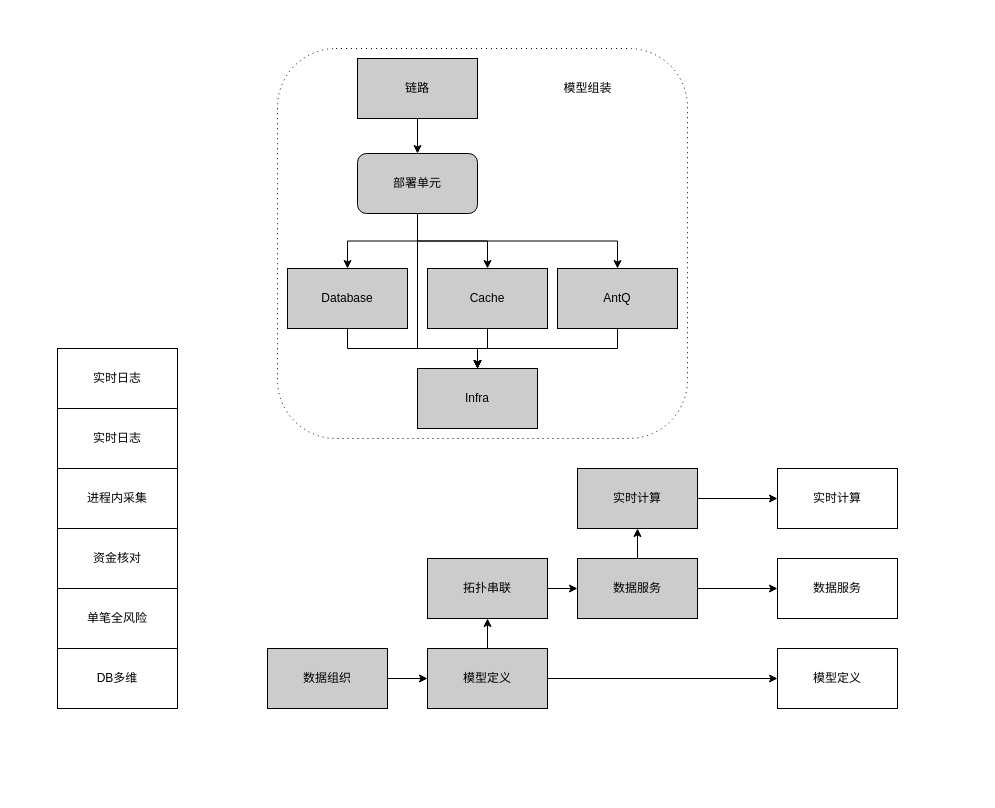
Before: 蚂蚁金服/RMC/高可用基线&RMC共建方案.drawio in frankneu/draw.io, a draw.io diagram. Source tidied: cells renumbered, new cells numbered last; positions are measured from the earlier drawing's top-left corner, leaving out a move shared by most shapes. Both pictures are drawn from the tidied source at 100%, with x=0, y=0 at pixel (57, 48).
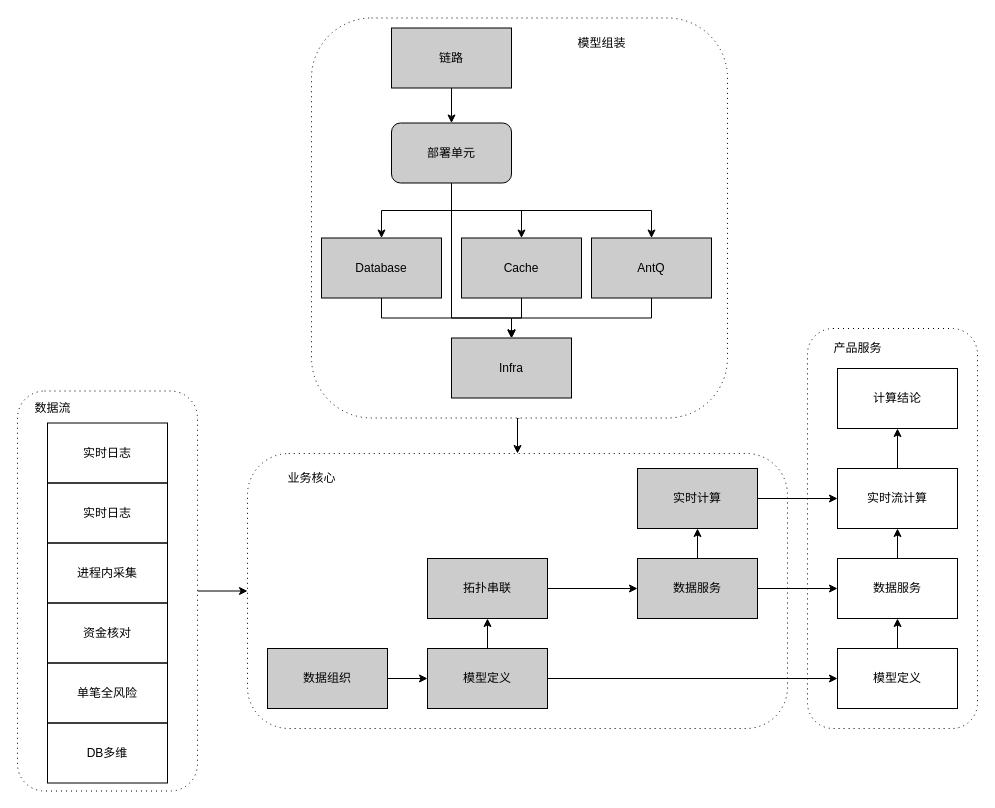
After the change.

Commit message:
Update 高可用基线&RMC共建方案.drawio

Change to the diagram source:
```diff
@@
+    <mxCell id="39" style="shape=ext;rounded=1;html=1;whiteSpace=wrap;dashed=1;dashPattern=1 4;" parent="1" vertex="1">
+      <mxGeometry x="750" y="280" width="170" height="400" as="geometry" />
+    </mxCell>
+    <mxCell id="40" style="shape=ext;rounded=1;html=1;whiteSpace=wrap;dashed=1;dashPattern=1 4;" parent="1" vertex="1">
+      <mxGeometry x="190" y="405" width="540" height="275" as="geometry" />
+    </mxCell>
+    <mxCell id="41" style="edgeStyle=orthogonalEdgeStyle;rounded=0;jettySize=auto;html=1;exitX=1;exitY=0.5;exitDx=0;exitDy=0;entryX=0;entryY=0.5;entryDx=0;entryDy=0;" parent="1" edge="1" source="42" target="40">
+      <mxGeometry relative="1" as="geometry" />
+    </mxCell>
+    <mxCell id="42" style="shape=ext;rounded=1;html=1;whiteSpace=wrap;dashed=1;dashPattern=1 4;" parent="1" vertex="1">
+      <mxGeometry x="-40" y="342.5" width="180" height="400" as="geometry" />
+    </mxCell>
+    <mxCell id="43" style="edgeStyle=orthogonalEdgeStyle;rounded=0;jettySize=auto;html=1;exitX=0.5;exitY=1;exitDx=0;exitDy=0;entryX=0.5;entryY=0;entryDx=0;entryDy=0;" parent="1" edge="1" source="2" target="40">
+      <mxGeometry relative="1" as="geometry" />
+    </mxCell>
     <mxCell id="2" style="shape=ext;rounded=1;html=1;whiteSpace=wrap;dashed=1;dashPattern=1 4;" parent="1" vertex="1">
-      <mxGeometry x="220" width="410" height="390" as="geometry" />
+      <mxGeometry x="254" y="-30.5" width="416" height="400" as="geometry" />
     </mxCell>
@@
     <mxCell id="7" value="链路" style="rounded=0;whiteSpace=wrap;html=1;fillColor=#CCCCCC;" parent="1" vertex="1">
-      <mxGeometry x="300" y="10" width="120" height="60" as="geometry" />
+      <mxGeometry x="334" y="-20.5" width="120" height="60" as="geometry" />
     </mxCell>
     <mxCell id="8" value="实时日志" style="rounded=0;whiteSpace=wrap;html=1;fillColor=none;" parent="1" vertex="1">
-      <mxGeometry y="360" width="120" height="60" as="geometry" />
+      <mxGeometry x="-10" y="434.5" width="120" height="60" as="geometry" />
     </mxCell>
     <mxCell id="9" value="资金核对" style="rounded=0;whiteSpace=wrap;html=1;fillColor=none;" parent="1" vertex="1">
-      <mxGeometry y="480" width="120" height="60" as="geometry" />
+      <mxGeometry x="-10" y="554.5" width="120" height="60" as="geometry" />
     </mxCell>
     <mxCell id="10" value="单笔全风险" style="rounded=0;whiteSpace=wrap;html=1;fillColor=none;" parent="1" vertex="1">
-      <mxGeometry y="540" width="120" height="60" as="geometry" />
+      <mxGeometry x="-10" y="614.5" width="120" height="60" as="geometry" />
     </mxCell>
@@
     <mxCell id="12" value="Database" style="rounded=0;whiteSpace=wrap;html=1;fillColor=#CCCCCC;" parent="1" vertex="1">
-      <mxGeometry x="230" y="220" width="120" height="60" as="geometry" />
+      <mxGeometry x="264" y="189.5" width="120" height="60" as="geometry" />
     </mxCell>
@@
     <mxCell id="14" value="Cache" style="rounded=0;whiteSpace=wrap;html=1;fillColor=#CCCCCC;" parent="1" vertex="1">
-      <mxGeometry x="370" y="220" width="120" height="60" as="geometry" />
+      <mxGeometry x="404" y="189.5" width="120" height="60" as="geometry" />
     </mxCell>
@@
     <mxCell id="16" value="AntQ" style="rounded=0;whiteSpace=wrap;html=1;fillColor=#CCCCCC;" parent="1" vertex="1">
-      <mxGeometry x="500" y="220" width="120" height="60" as="geometry" />
+      <mxGeometry x="534" y="189.5" width="120" height="60" as="geometry" />
     </mxCell>
     <mxCell id="17" value="Infra" style="rounded=0;whiteSpace=wrap;html=1;fillColor=#CCCCCC;" parent="1" vertex="1">
-      <mxGeometry x="360" y="320" width="120" height="60" as="geometry" />
+      <mxGeometry x="394" y="289.5" width="120" height="60" as="geometry" />
     </mxCell>
@@
     <mxCell id="19" style="rounded=0;jettySize=auto;html=1;exitX=0.5;exitY=1;exitDx=0;exitDy=0;entryX=0.5;entryY=0;entryDx=0;entryDy=0;edgeStyle=orthogonalEdgeStyle;" parent="1" edge="1" source="22" target="17">
       <mxGeometry relative="1" as="geometry">
         <Array as="points">
-          <mxPoint x="360" y="300" />
-          <mxPoint x="420" y="300" />
+          <mxPoint x="394" y="269.5" />
+          <mxPoint x="454" y="269.5" />
         </Array>
       </mxGeometry>
     </mxCell>
@@
     <mxCell id="22" value="部署单元" style="rounded=1;whiteSpace=wrap;html=1;fillColor=#CCCCCC;" parent="1" vertex="1">
-      <mxGeometry x="300" y="105" width="120" height="60" as="geometry" />
+      <mxGeometry x="334" y="74.5" width="120" height="60" as="geometry" />
     </mxCell>
@@
     <mxCell id="29" value="数据服务" style="rounded=0;whiteSpace=wrap;html=1;fillColor=#CCCCCC;" parent="1" vertex="1">
-      <mxGeometry x="520" y="510" width="120" height="60" as="geometry" />
+      <mxGeometry x="580" y="510" width="120" height="60" as="geometry" />
     </mxCell>
     <mxCell id="30" value="模型组装" style="text;html=1;align=center;verticalAlign=middle;" parent="1" vertex="1">
-      <mxGeometry x="500" y="30" width="60" height="20" as="geometry" />
+      <mxGeometry x="514" y="-15" width="60" height="20" as="geometry" />
     </mxCell>
     <mxCell id="31" value="进程内采集" style="rounded=1;whiteSpace=wrap;html=1;fillColor=none;arcSize=0;" parent="1" vertex="1">
-      <mxGeometry y="420" width="120" height="60" as="geometry" />
+      <mxGeometry x="-10" y="494.5" width="120" height="60" as="geometry" />
     </mxCell>
     <mxCell id="32" value="DB多维" style="rounded=1;whiteSpace=wrap;html=1;fillColor=none;arcSize=0;" parent="1" vertex="1">
-      <mxGeometry y="600" width="120" height="60" as="geometry" />
+      <mxGeometry x="-10" y="674.5" width="120" height="60" as="geometry" />
     </mxCell>
@@
     <mxCell id="34" value="实时计算" style="rounded=0;whiteSpace=wrap;html=1;fillColor=#CCCCCC;" parent="1" vertex="1">
-      <mxGeometry x="520" y="420" width="120" height="60" as="geometry" />
+      <mxGeometry x="580" y="420" width="120" height="60" as="geometry" />
     </mxCell>
     <mxCell id="35" value="实时日志" style="rounded=0;whiteSpace=wrap;html=1;fillColor=none;" parent="1" vertex="1">
-      <mxGeometry y="300" width="120" height="60" as="geometry" />
+      <mxGeometry x="-10" y="374.5" width="120" height="60" as="geometry" />
     </mxCell>
+    <mxCell id="44" style="edgeStyle=orthogonalEdgeStyle;rounded=0;jettySize=auto;html=1;" parent="1" edge="1" source="36" target="38">
+      <mxGeometry relative="1" as="geometry" />
+    </mxCell>
     <mxCell id="36" value="数据服务" style="rounded=0;whiteSpace=wrap;html=1;fillColor=none;" parent="1" vertex="1">
-      <mxGeometry x="720" y="510" width="120" height="60" as="geometry" />
+      <mxGeometry x="780" y="510" width="120" height="60" as="geometry" />
     </mxCell>
+    <mxCell id="45" style="edgeStyle=orthogonalEdgeStyle;rounded=0;jettySize=auto;html=1;exitX=0.5;exitY=0;exitDx=0;exitDy=0;entryX=0.5;entryY=1;entryDx=0;entryDy=0;" parent="1" edge="1" source="37" target="36">
+      <mxGeometry relative="1" as="geometry" />
+    </mxCell>
     <mxCell id="37" value="模型定义" style="rounded=0;whiteSpace=wrap;html=1;fillColor=none;" parent="1" vertex="1">
-      <mxGeometry x="720" y="600" width="120" height="60" as="geometry" />
+      <mxGeometry x="780" y="600" width="120" height="60" as="geometry" />
     </mxCell>
+    <mxCell id="46" style="edgeStyle=orthogonalEdgeStyle;rounded=0;jettySize=auto;html=1;" parent="1" edge="1" source="38" target="47">
+      <mxGeometry relative="1" as="geometry" />
+    </mxCell>
-    <mxCell id="38" value="实时计算" style="rounded=0;whiteSpace=wrap;html=1;fillColor=none;" parent="1" vertex="1">
-      <mxGeometry x="720" y="420" width="120" height="60" as="geometry" />
+    <mxCell id="38" value="实时流计算" style="rounded=0;whiteSpace=wrap;html=1;fillColor=none;" parent="1" vertex="1">
+      <mxGeometry x="780" y="420" width="120" height="60" as="geometry" />
     </mxCell>
+    <mxCell id="47" value="计算结论" style="rounded=0;whiteSpace=wrap;html=1;fillColor=none;" parent="1" vertex="1">
+      <mxGeometry x="780" y="320" width="120" height="60" as="geometry" />
+    </mxCell>
+    <mxCell id="48" value="产品服务" style="text;html=1;align=center;verticalAlign=middle;" parent="1" vertex="1">
+      <mxGeometry x="770" y="290" width="60" height="20" as="geometry" />
+    </mxCell>
+    <mxCell id="49" value="业务核心" style="text;html=1;align=center;verticalAlign=middle;" parent="1" vertex="1">
+      <mxGeometry x="224" y="420" width="60" height="20" as="geometry" />
+    </mxCell>
+    <mxCell id="50" value="数据流" style="text;html=1;align=center;verticalAlign=middle;" parent="1" vertex="1">
+      <mxGeometry x="-30" y="349.5" width="50" height="20" as="geometry" />
+    </mxCell>
```
